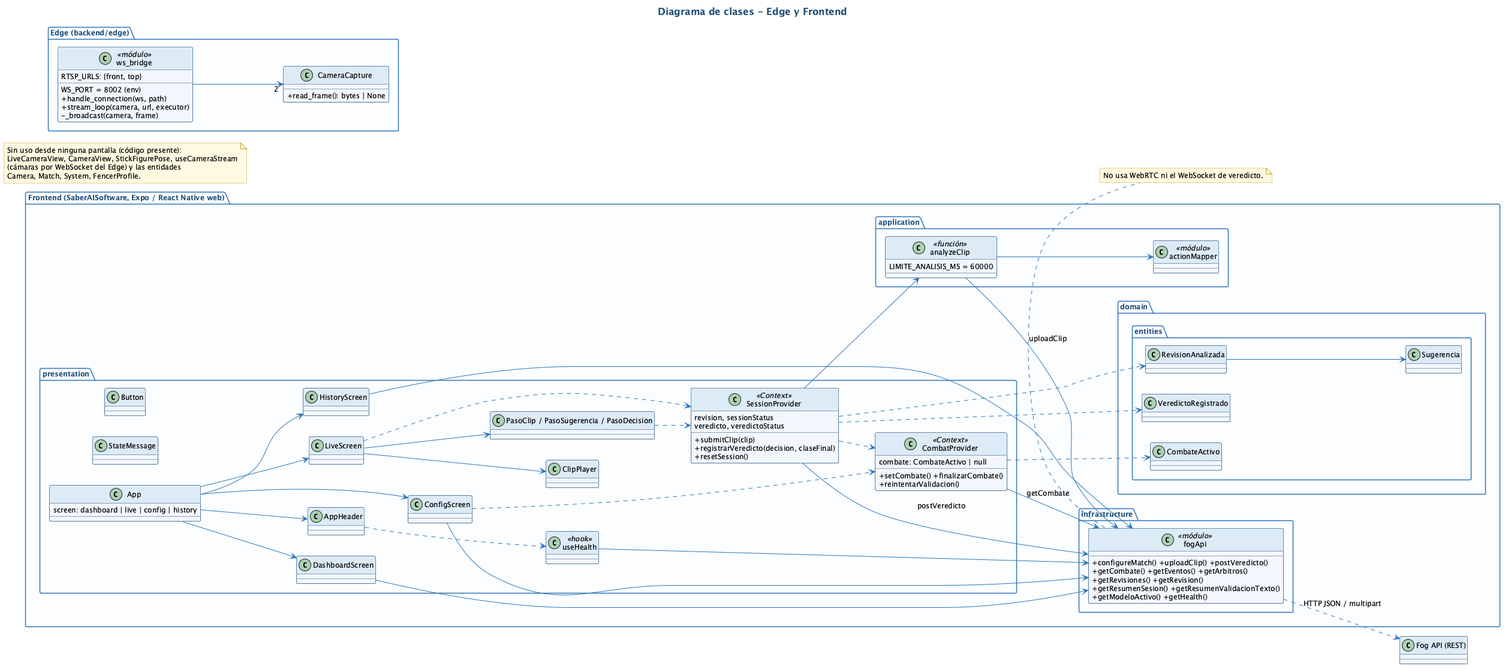
The PlantUML diagram docs/uml/UML3_Clases_Edge_Frontend.png in nicolaszagal/SaberAITesis, before a commit.
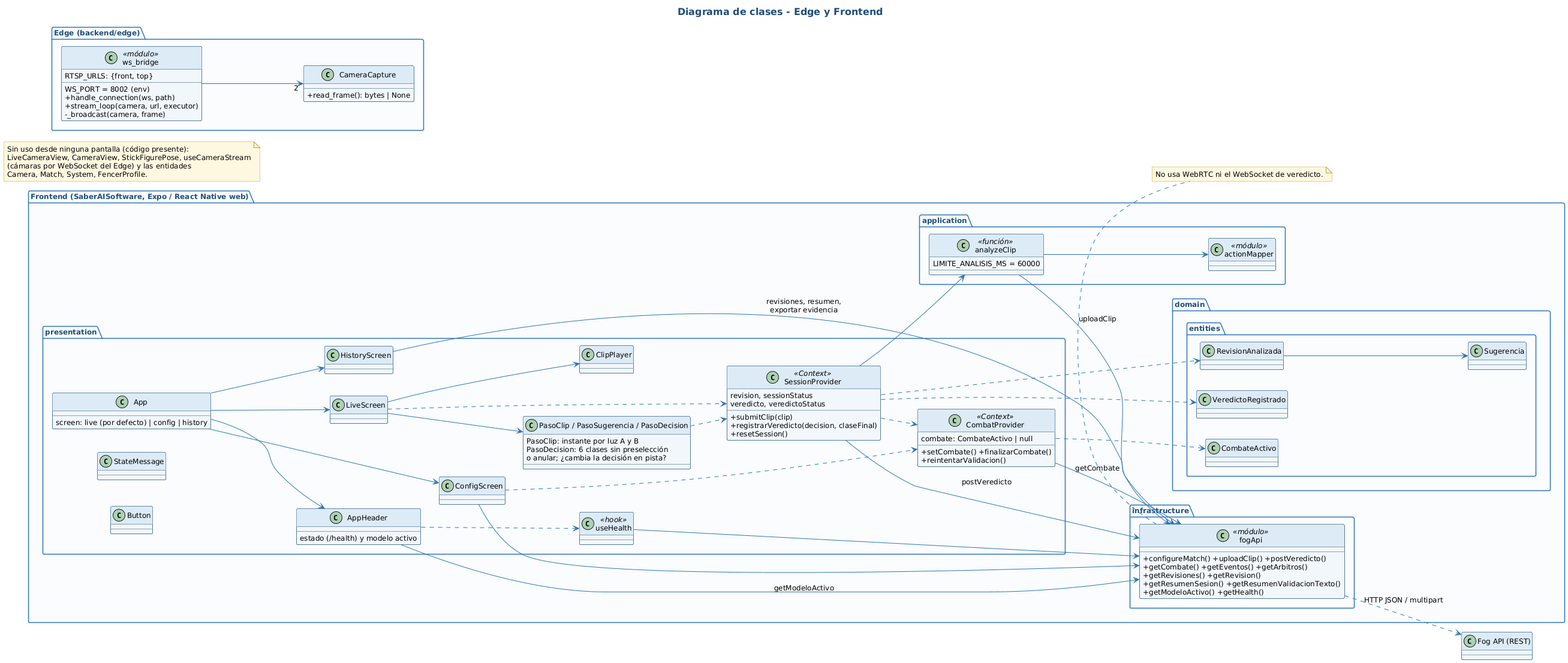
The same file after the commit.

What changed in the source:
```diff
@@ -18,15 +18,20 @@
 package "Frontend (SaberAISoftware, Expo / React Native web)" {
   package "presentation" {
     class App {
-      screen: dashboard | live | config | history
+      screen: live (por defecto) | config | history
     }
-    class AppHeader
-    class DashboardScreen
+    class AppHeader {
+      estado (/health) y modelo activo
+    }
     class LiveScreen
     class ConfigScreen
     class HistoryScreen
     class ClipPlayer
-    class "PasoClip / PasoSugerencia / PasoDecision" as PanelRevision
+    class "PasoClip / PasoSugerencia / PasoDecision" as PanelRevision {
+      PasoClip: instante por luz A y B
+      PasoDecision: 6 clases sin preselección
+      o anular; ¿cambia la decisión en pista?
+    }
     class StateMessage
     class Button
     class CombatProvider <<Context>> {
@@ -65,7 +70,6 @@
     class VeredictoRegistrado
   }
   App --> AppHeader
-  App --> DashboardScreen
   App --> LiveScreen
   App --> ConfigScreen
   App --> HistoryScreen
@@ -75,8 +79,8 @@
   PanelRevision ..> SessionProvider
   ConfigScreen ..> CombatProvider
   ConfigScreen --> fogApi
-  DashboardScreen --> fogApi
-  HistoryScreen --> fogApi
+  HistoryScreen --> fogApi : revisiones, resumen,\nexportar evidencia
+  AppHeader --> fogApi : getModeloActivo
   AppHeader ..> useHealth
   useHealth --> fogApi
   CombatProvider --> fogApi : getCombate
```
